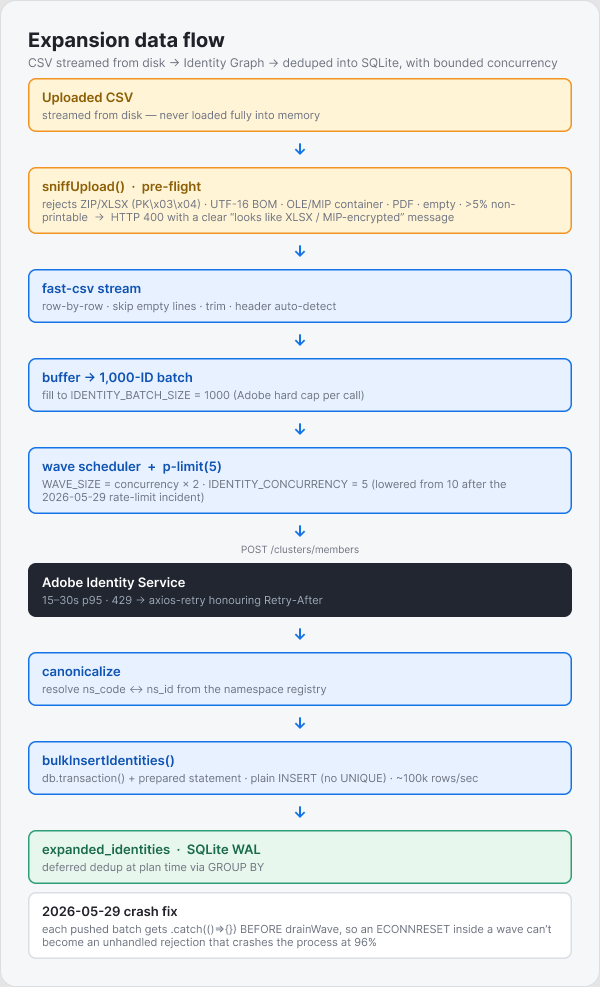
Above: docs/diagrams/figma/07-expansion-data-flow.png in tkantk/aep-lifecycle-helper (Mermaid), before the change. Its source is kept beside it as docs/diagrams/07-expansion-data-flow.mmd.
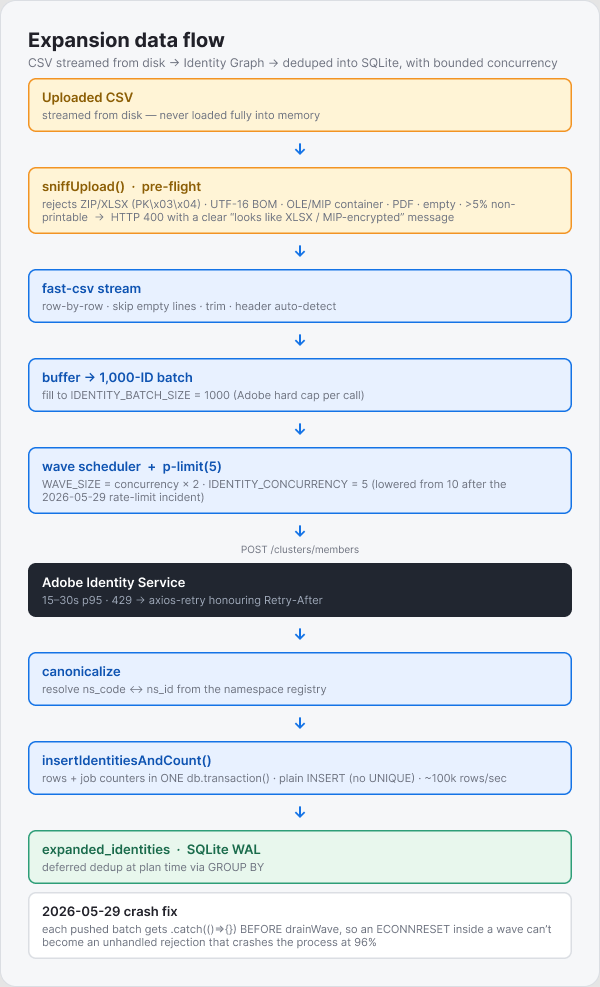
Above is the later version.

What changed in the source:
```diff
@@ -26,7 +26,7 @@
 
   Canonical["<b>canonicalize</b><br/>resolve ns_code ↔ ns_id<br/>from registry"]
 
-  Insert["<b>bulkInsertIdentities()</b><br/>db.transaction() prepared stmt<br/>plain INSERT (no UNIQUE)<br/>~100k rows/sec"]
+  Insert["<b>insertIdentitiesAndCount()</b><br/>rows + job counters in ONE db.transaction()<br/>plain INSERT (no UNIQUE)<br/>~100k rows/sec"]
 
   SQLite[("<b>expanded_identities</b><br/>SQLite WAL<br/>(deferred dedup at plan time<br/>via GROUP BY)")]
 
```
